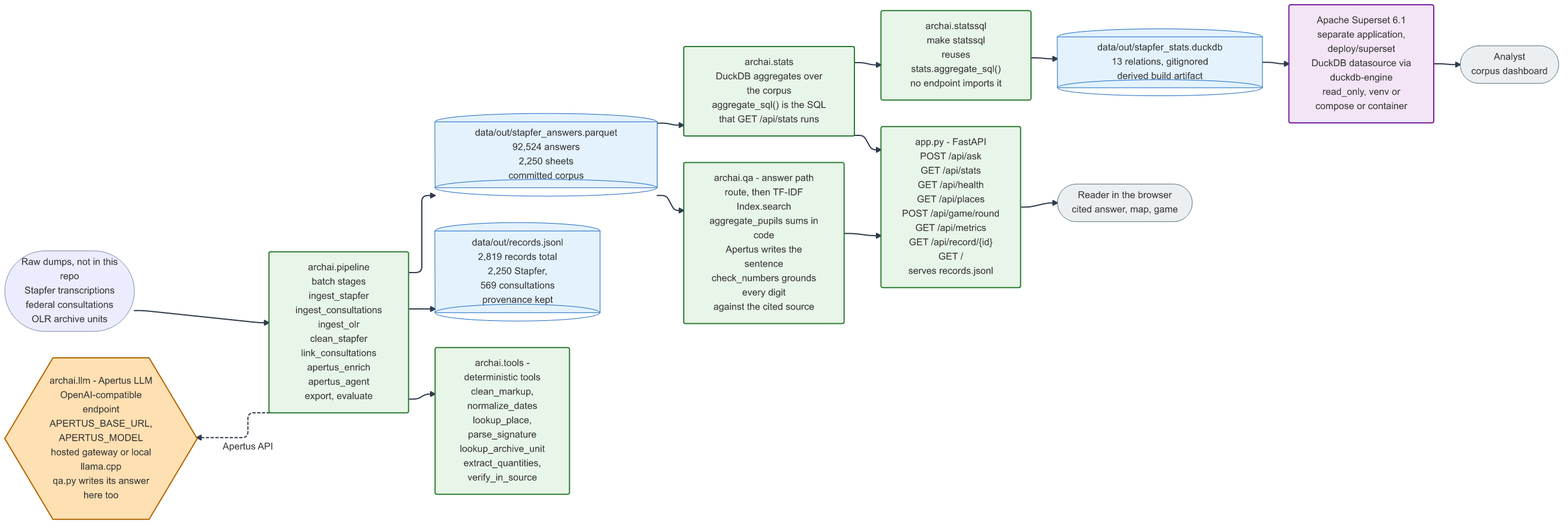
Before: docs/architecture-technical.png, a diagram exported from Mermaid (kirtanp/hackpertus-archives). Its source is kept beside it as docs/architecture-technical.mmd.
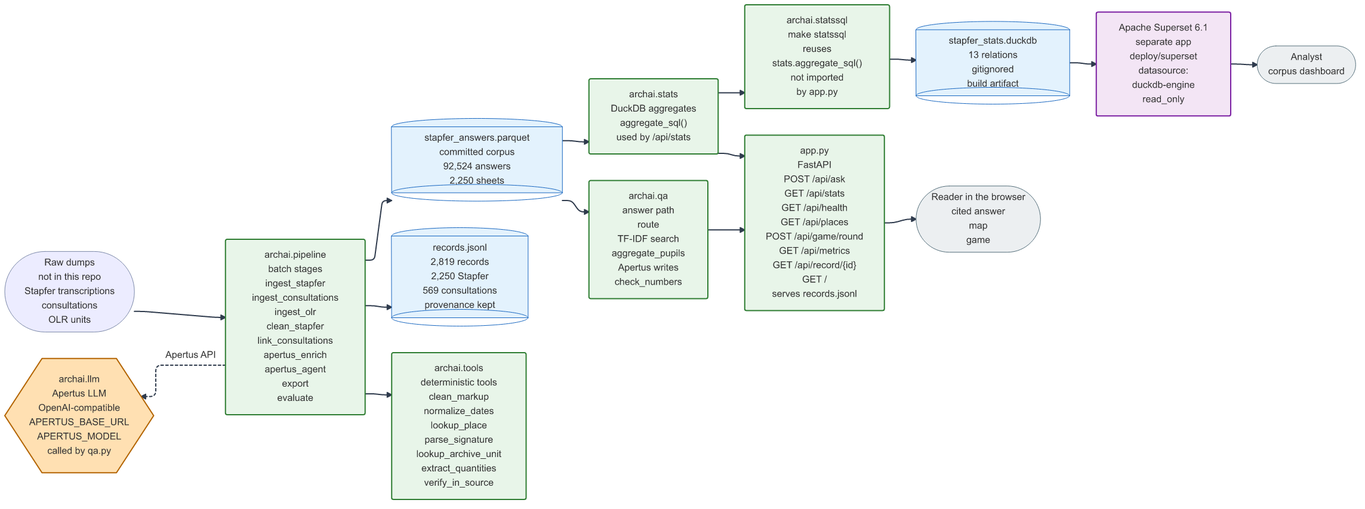
The same diagram one commit later.

Commit message:
docs(architecture): reduce diagram labels to short bullet points

Change to the diagram source:
```diff
@@ -1,30 +1,30 @@
 flowchart LR
 
-  APERTUS{{"archai.llm - Apertus LLM<br/>OpenAI-compatible endpoint<br/>APERTUS_BASE_URL, APERTUS_MODEL<br/>hosted gateway or local llama.cpp<br/>qa.py writes its answer here too"}}:::llm
+  APERTUS{{"archai.llm<br/>Apertus LLM<br/>OpenAI-compatible<br/>APERTUS_BASE_URL<br/>APERTUS_MODEL<br/>called by qa.py"}}:::llm
 
-  RAW(["Raw dumps, not in this repo<br/>Stapfer transcriptions<br/>federal consultations<br/>OLR archive units"])
+  RAW(["Raw dumps<br/>not in this repo<br/>Stapfer transcriptions<br/>consultations<br/>OLR units"])
 
-  PIPE["archai.pipeline<br/>batch stages<br/>ingest_stapfer<br/>ingest_consultations<br/>ingest_olr<br/>clean_stapfer<br/>link_consultations<br/>apertus_enrich<br/>apertus_agent<br/>export, evaluate"]:::svc
+  PIPE["archai.pipeline<br/>batch stages<br/>ingest_stapfer<br/>ingest_consultations<br/>ingest_olr<br/>clean_stapfer<br/>link_consultations<br/>apertus_enrich<br/>apertus_agent<br/>export<br/>evaluate"]:::svc
 
-  TOOLS["archai.tools - deterministic tools<br/>clean_markup, normalize_dates<br/>lookup_place, parse_signature<br/>lookup_archive_unit<br/>extract_quantities, verify_in_source"]:::svc
+  TOOLS["archai.tools<br/>deterministic tools<br/>clean_markup<br/>normalize_dates<br/>lookup_place<br/>parse_signature<br/>lookup_archive_unit<br/>extract_quantities<br/>verify_in_source"]:::svc
 
-  CORPUS[("data/out/stapfer_answers.parquet<br/>92,524 answers<br/>2,250 sheets<br/>committed corpus")]:::store
+  CORPUS[("stapfer_answers.parquet<br/>committed corpus<br/>92,524 answers<br/>2,250 sheets")]:::store
 
-  RECORDS[("data/out/records.jsonl<br/>2,819 records total<br/>2,250 Stapfer,<br/>569 consultations<br/>provenance kept")]:::store
+  RECORDS[("records.jsonl<br/>2,819 records<br/>2,250 Stapfer<br/>569 consultations<br/>provenance kept")]:::store
 
-  QA["archai.qa - answer path<br/>route, then TF-IDF Index.search<br/>aggregate_pupils sums in code<br/>Apertus writes the sentence<br/>check_numbers grounds every digit<br/>against the cited source"]:::svc
+  QA["archai.qa<br/>answer path<br/>route<br/>TF-IDF search<br/>aggregate_pupils<br/>Apertus writes<br/>check_numbers"]:::svc
 
-  STATS["archai.stats<br/>DuckDB aggregates over the corpus<br/>aggregate_sql() is the SQL<br/>that GET /api/stats runs"]:::svc
+  STATS["archai.stats<br/>DuckDB aggregates<br/>aggregate_sql()<br/>used by /api/stats"]:::svc
 
-  STATSSQL["archai.statssql<br/>make statssql<br/>reuses<br/>stats.aggregate_sql()<br/>no endpoint imports it"]:::svc
+  STATSSQL["archai.statssql<br/>make statssql<br/>reuses<br/>stats.aggregate_sql()<br/>not imported<br/>by app.py"]:::svc
 
-  APP["app.py - FastAPI<br/>POST /api/ask<br/>GET /api/stats<br/>GET /api/health<br/>GET /api/places<br/>POST /api/game/round<br/>GET /api/metrics<br/>GET /api/record/{id}<br/>GET /<br/>serves records.jsonl"]:::svc
+  APP["app.py<br/>FastAPI<br/>POST /api/ask<br/>GET /api/stats<br/>GET /api/health<br/>GET /api/places<br/>POST /api/game/round<br/>GET /api/metrics<br/>GET /api/record/{id}<br/>GET /<br/>serves records.jsonl"]:::svc
 
-  DUCK[("data/out/stapfer_stats.duckdb<br/>13 relations, gitignored<br/>derived build artifact")]:::store
+  DUCK[("stapfer_stats.duckdb<br/>13 relations<br/>gitignored<br/>build artifact")]:::store
 
-  SUPERSET["Apache Superset 6.1<br/>separate application, deploy/superset<br/>DuckDB datasource via duckdb-engine<br/>read_only, venv or compose or container"]:::app
+  SUPERSET["Apache Superset 6.1<br/>separate app<br/>deploy/superset<br/>datasource:<br/>duckdb-engine<br/>read_only"]:::app
 
-  READER(["Reader in the browser<br/>cited answer, map, game"]):::agent
+  READER(["Reader in the browser<br/>cited answer<br/>map<br/>game"]):::agent
 
   DASHBOARD(["Analyst<br/>corpus dashboard"]):::agent
 
```
